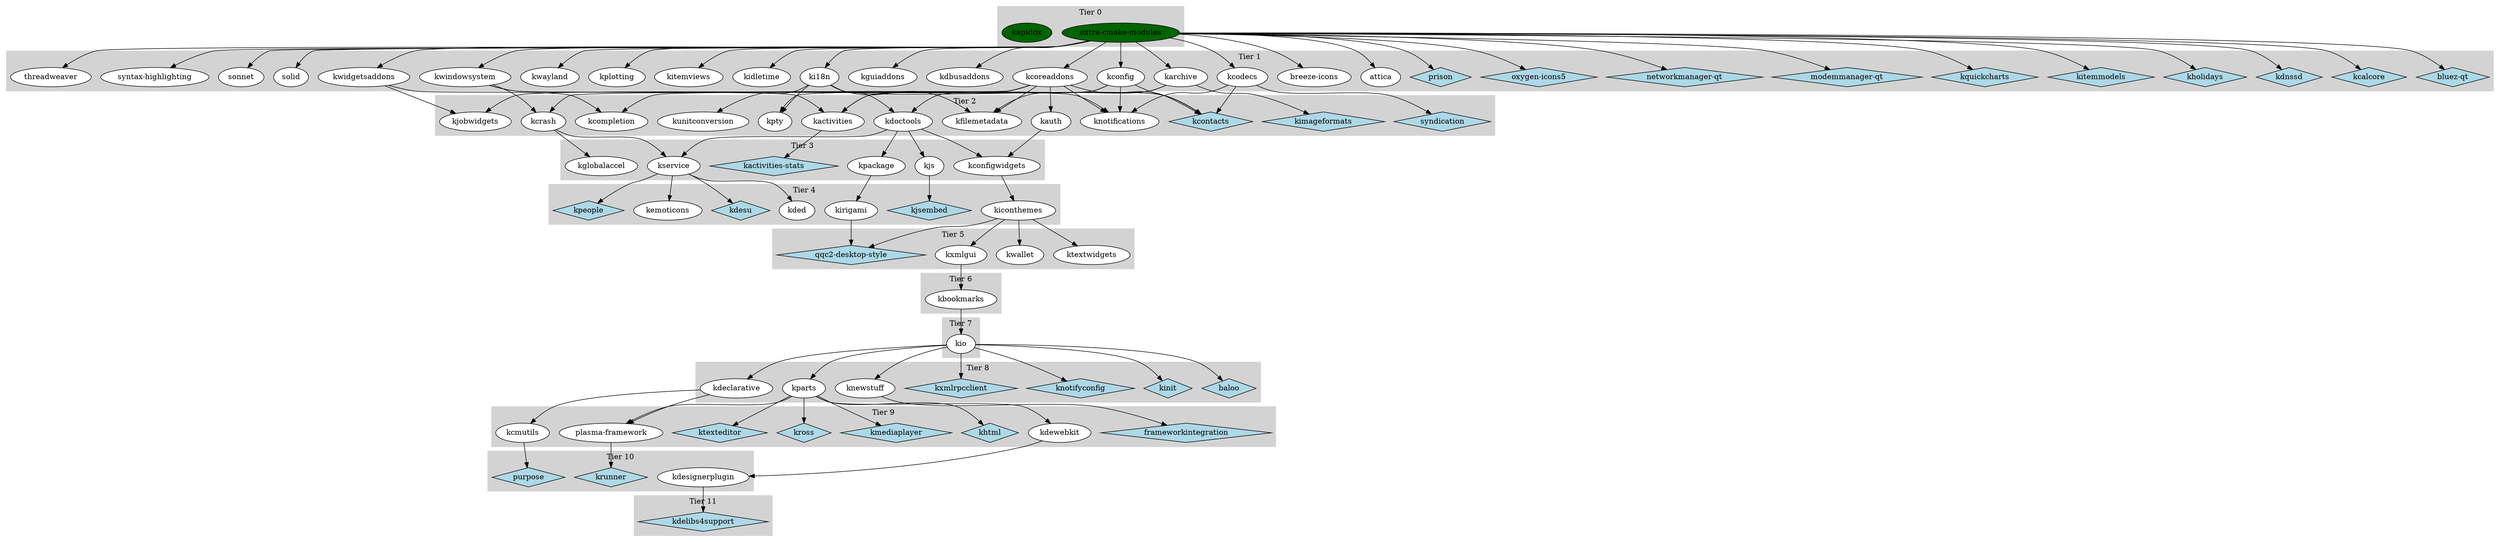
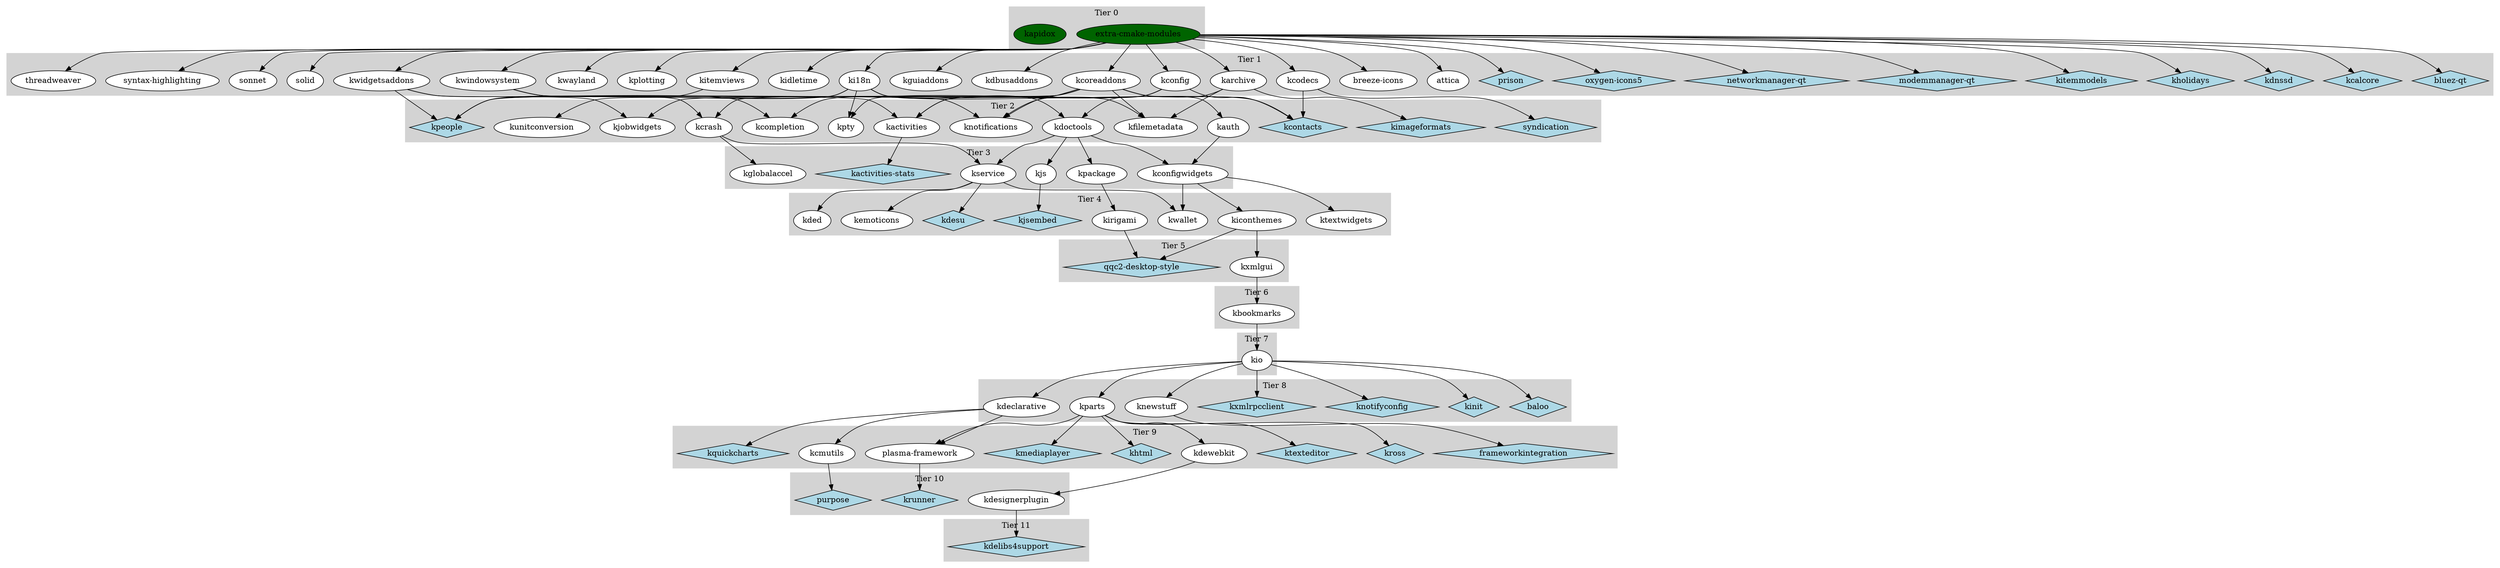
digraph frameworksTier {
  node [shape=diamond,fillcolor=lightblue,style=filled];
  "baloo";
  "bluez-qt";
  "frameworkintegration";
  "kactivities-stats";
  "kcalcore";
  "kcontacts";
  "kdelibs4support";
  "kdesu";
  "kdnssd";
  "kholidays";
  "khtml";
  "kimageformats";
  "kinit";
  "kitemmodels";
  "kjsembed";
  "kmediaplayer";
  "knotifyconfig";
  "kpeople";
  "kquickcharts";
  "kross";
  "krunner";
  "ktexteditor";
  "kxmlrpcclient";
  "modemmanager-qt";
  "networkmanager-qt";
  "oxygen-icons5";
  "prison";
  "purpose";
  "qqc2-desktop-style";
  "syndication";
  node [shape=ellipse,fillcolor=darkgreen,style=filled];
  "extra-cmake-modules";
  "kapidox";
  node [shape=ellipse,fillcolor=white,style=filled];
  subgraph cluster_0 {
    style=filled;
    color=lightgrey;
    label = "Tier 0";
    "extra-cmake-modules";
    "kapidox";
  }
  subgraph cluster_1 {
    style=filled;
    color=lightgrey;
    label = "Tier 1";
    "attica";
    "bluez-qt";
    "breeze-icons";
    "karchive";
    "kcalcore";
    "kcodecs";
    "kconfig";
    "kcoreaddons";
    "kdbusaddons";
    "kdnssd";
    "kguiaddons";
    "kholidays";
    "ki18n";
    "kidletime";
    "kitemmodels";
    "kitemviews";
    "kplotting";
-     "kquickcharts";
    "kwayland";
    "kwidgetsaddons";
    "kwindowsystem";
    "modemmanager-qt";
    "networkmanager-qt";
    "oxygen-icons5";
    "prison";
    "solid";
    "sonnet";
    "syntax-highlighting";
    "threadweaver";
  }
  "extra-cmake-modules" -> "attica";
  "extra-cmake-modules" -> "bluez-qt";
  "extra-cmake-modules" -> "breeze-icons";
  "extra-cmake-modules" -> "karchive";
  "extra-cmake-modules" -> "kcalcore";
  "extra-cmake-modules" -> "kcodecs";
  "extra-cmake-modules" -> "kconfig";
  "extra-cmake-modules" -> "kcoreaddons";
  "extra-cmake-modules" -> "kdbusaddons";
  "extra-cmake-modules" -> "kdnssd";
  "extra-cmake-modules" -> "kguiaddons";
  "extra-cmake-modules" -> "kholidays";
  "extra-cmake-modules" -> "ki18n";
  "extra-cmake-modules" -> "kidletime";
  "extra-cmake-modules" -> "kitemmodels";
  "extra-cmake-modules" -> "kitemviews";
  "extra-cmake-modules" -> "kplotting";
-   "extra-cmake-modules" -> "kquickcharts";
  "extra-cmake-modules" -> "kwayland";
  "extra-cmake-modules" -> "kwidgetsaddons";
  "extra-cmake-modules" -> "kwindowsystem";
  "extra-cmake-modules" -> "modemmanager-qt";
  "extra-cmake-modules" -> "networkmanager-qt";
  "extra-cmake-modules" -> "oxygen-icons5";
  "extra-cmake-modules" -> "prison";
  "extra-cmake-modules" -> "solid";
  "extra-cmake-modules" -> "sonnet";
  "extra-cmake-modules" -> "syntax-highlighting";
  "extra-cmake-modules" -> "threadweaver";
  subgraph cluster_2 {
    style=filled;
    color=lightgrey;
    label = "Tier 2";
    "kactivities";
    "kauth";
    "kcompletion";
    "kcontacts";
    "kcrash";
    "kdoctools";
    "kfilemetadata";
    "kimageformats";
    "kjobwidgets";
    "knotifications";
+     "kpeople";
    "kpty";
    "kunitconversion";
    "syndication";
  }
+   "kconfig" -> "kactivities";
  "kcoreaddons" -> "kactivities";
  "kwindowsystem" -> "kactivities";
-   "kconfig" -> "kactivities";
  "kcoreaddons" -> "kauth";
+   "kconfig" -> "kcompletion";
  "kwidgetsaddons" -> "kcompletion";
-   "kconfig" -> "kcompletion";
+   "kconfig" -> "kcontacts";
+   "kcodecs" -> "kcontacts";
  "kcoreaddons" -> "kcontacts";
  "ki18n" -> "kcontacts";
-   "kconfig" -> "kcontacts";
-   "kcodecs" -> "kcontacts";
  "kcoreaddons" -> "kcrash";
  "kwindowsystem" -> "kcrash";
+   "karchive" -> "kdoctools";
  "ki18n" -> "kdoctools";
-   "karchive" -> "kdoctools";
+   "karchive" -> "kfilemetadata";
  "kcoreaddons" -> "kfilemetadata";
  "ki18n" -> "kfilemetadata";
-   "karchive" -> "kfilemetadata";
  "karchive" -> "kimageformats";
  "kcoreaddons" -> "kjobwidgets";
  "kwidgetsaddons" -> "kjobwidgets";
+   "kconfig" -> "knotifications";
  "kcoreaddons" -> "knotifications";
-   "kconfig" -> "knotifications";
  "kwindowsystem" -> "knotifications";
-   "kcodecs" -> "knotifications";
+   "kitemviews" -> "kpeople";
+   "kcoreaddons" -> "kpeople";
+   "kwidgetsaddons" -> "kpeople";
+   "ki18n" -> "kpeople";
  "kcoreaddons" -> "kpty";
  "ki18n" -> "kpty";
  "ki18n" -> "kunitconversion";
  "kcodecs" -> "syndication";
  subgraph cluster_3 {
    style=filled;
    color=lightgrey;
    label = "Tier 3";
    "kactivities-stats";
    "kconfigwidgets";
    "kglobalaccel";
    "kjs";
    "kpackage";
    "kservice";
  }
  "kactivities" -> "kactivities-stats";
+   "kauth" -> "kconfigwidgets";
  "kdoctools" -> "kconfigwidgets";
-   "kauth" -> "kconfigwidgets";
  "kcrash" -> "kglobalaccel";
  "kdoctools" -> "kjs";
  "kdoctools" -> "kpackage";
+   "kcrash" -> "kservice";
  "kdoctools" -> "kservice";
-   "kcrash" -> "kservice";
  subgraph cluster_4 {
    style=filled;
    color=lightgrey;
    label = "Tier 4";
    "kded";
    "kdesu";
    "kemoticons";
    "kiconthemes";
    "kirigami";
    "kjsembed";
-     "kpeople";
+     "ktextwidgets";
+     "kwallet";
  }
  "kservice" -> "kded";
  "kservice" -> "kdesu";
  "kservice" -> "kemoticons";
  "kconfigwidgets" -> "kiconthemes";
  "kpackage" -> "kirigami";
  "kjs" -> "kjsembed";
-   "kservice" -> "kpeople";
+   "kconfigwidgets" -> "ktextwidgets";
+   "kconfigwidgets" -> "kwallet";
+   "kservice" -> "kwallet";
  subgraph cluster_5 {
    style=filled;
    color=lightgrey;
    label = "Tier 5";
-     "ktextwidgets";
-     "kwallet";
    "kxmlgui";
    "qqc2-desktop-style";
  }
-   "kiconthemes" -> "ktextwidgets";
-   "kiconthemes" -> "kwallet";
  "kiconthemes" -> "kxmlgui";
  "kiconthemes" -> "qqc2-desktop-style";
  "kirigami" -> "qqc2-desktop-style";
  subgraph cluster_6 {
    style=filled;
    color=lightgrey;
    label = "Tier 6";
    "kbookmarks";
  }
  "kxmlgui" -> "kbookmarks";
  subgraph cluster_7 {
    style=filled;
    color=lightgrey;
    label = "Tier 7";
    "kio";
  }
  "kbookmarks" -> "kio";
  subgraph cluster_8 {
    style=filled;
    color=lightgrey;
    label = "Tier 8";
    "baloo";
    "kdeclarative";
    "kinit";
    "knewstuff";
    "knotifyconfig";
    "kparts";
    "kxmlrpcclient";
  }
  "kio" -> "baloo";
  "kio" -> "kdeclarative";
  "kio" -> "kinit";
  "kio" -> "knewstuff";
  "kio" -> "knotifyconfig";
  "kio" -> "kparts";
  "kio" -> "kxmlrpcclient";
  subgraph cluster_9 {
    style=filled;
    color=lightgrey;
    label = "Tier 9";
    "frameworkintegration";
    "kcmutils";
    "kdewebkit";
    "khtml";
    "kmediaplayer";
+     "kquickcharts";
    "kross";
    "ktexteditor";
    "plasma-framework";
  }
  "knewstuff" -> "frameworkintegration";
  "kdeclarative" -> "kcmutils";
  "kparts" -> "kdewebkit";
  "kparts" -> "khtml";
  "kparts" -> "kmediaplayer";
+   "kdeclarative" -> "kquickcharts";
  "kparts" -> "kross";
  "kparts" -> "ktexteditor";
+   "kdeclarative" -> "plasma-framework";
  "kparts" -> "plasma-framework";
-   "kdeclarative" -> "plasma-framework";
  subgraph cluster_10 {
    style=filled;
    color=lightgrey;
    label = "Tier 10";
    "kdesignerplugin";
    "krunner";
    "purpose";
  }
  "kdewebkit" -> "kdesignerplugin";
  "plasma-framework" -> "krunner";
  "kcmutils" -> "purpose";
  subgraph cluster_11 {
    style=filled;
    color=lightgrey;
    label = "Tier 11";
    "kdelibs4support";
  }
  "kdesignerplugin" -> "kdelibs4support";
}